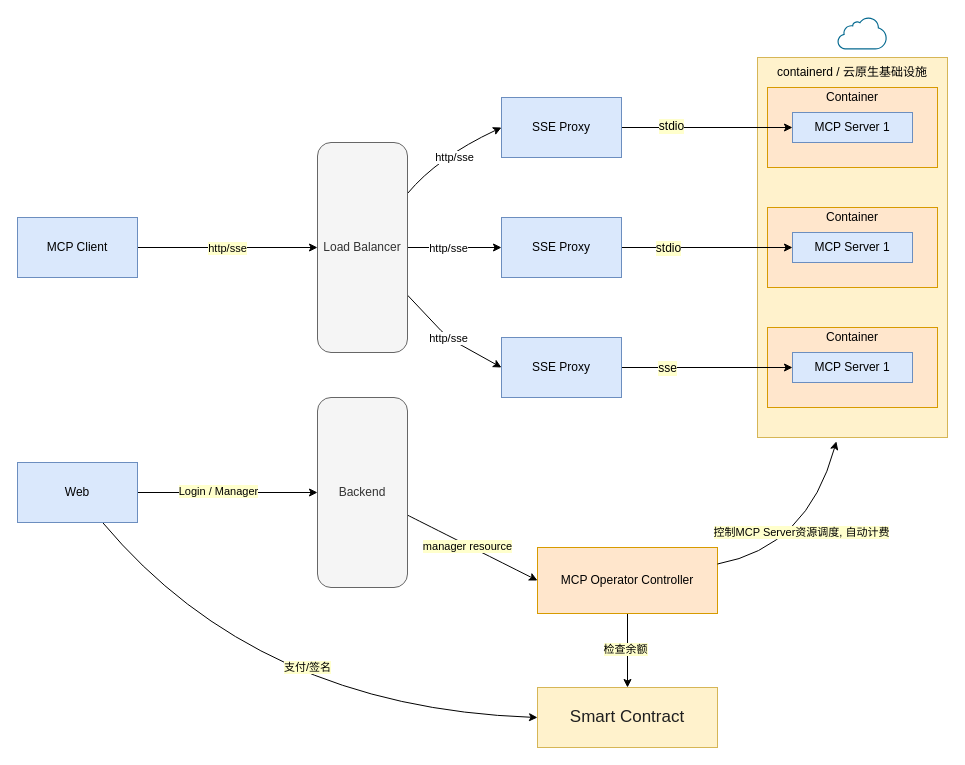
Above: docs/arch.drawio in YoubetDao/MCPForge-Backend (draw.io), before the change. Source tidied: cells renumbered, new cells numbered last; positions are measured from the earlier drawing's top-left corner, leaving out a move shared by most shapes. Both pictures are drawn from the tidied source at 100%, with x=0, y=0 at pixel (17, 17).
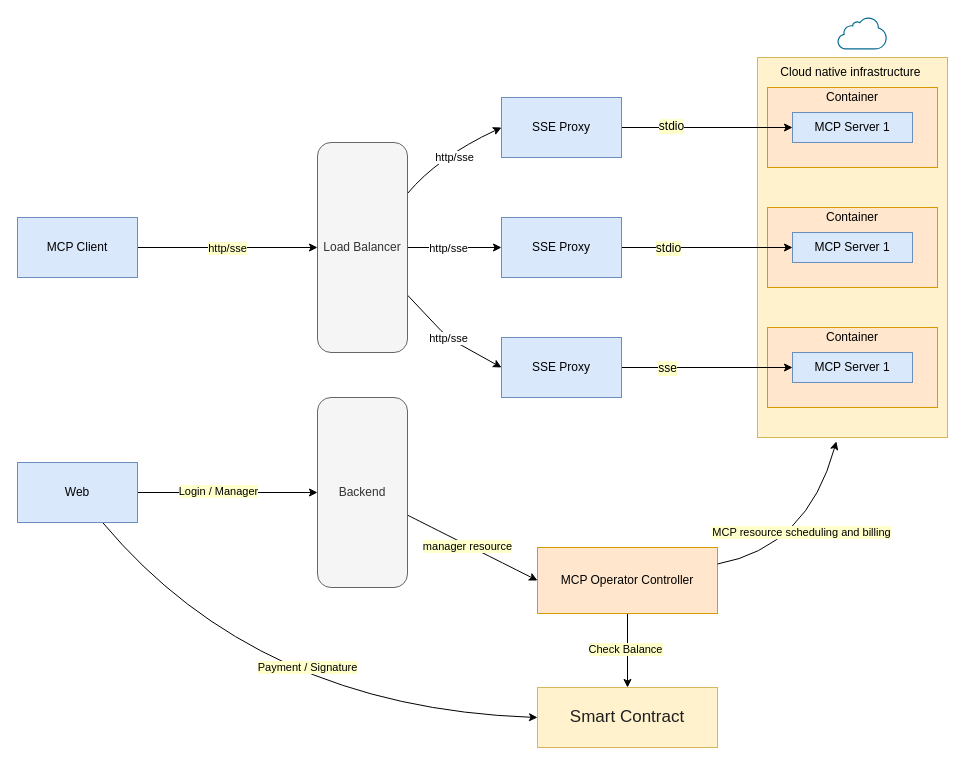
After the change.

Commit message (it also covers changes not shown here):
fix: update architecture diagram files

- Adjusted the layout and properties in the architecture diagram (drawio) for improved clarity.
- Updated the SVG file to reflect the latest changes in the diagram structure.

Unchanged cells that the change refers to:
```xml
<mxCell id="32" style="edgeStyle=none;html=1;" parent="1" edge="1" source="34" target="41">
  <mxGeometry relative="1" as="geometry" />
</mxCell>
<mxCell id="35" style="edgeStyle=none;html=1;entryX=0.415;entryY=1.01;entryDx=0;entryDy=0;entryPerimeter=0;rounded=0;curved=1;" parent="1" edge="1" source="34" target="2">
  <mxGeometry relative="1" as="geometry">
    <Array as="points">
      <mxPoint x="790" y="530" />
    </Array>
  </mxGeometry>
</mxCell>
<mxCell id="44" style="edgeStyle=none;html=1;entryX=0;entryY=0.5;entryDx=0;entryDy=0;rounded=0;curved=1;" parent="1" edge="1" source="46" target="41">
  <mxGeometry relative="1" as="geometry">
    <Array as="points">
      <mxPoint x="240" y="690" />
    </Array>
  </mxGeometry>
</mxCell>
```

Diff of the diagram source:
```diff
@@
-    <mxCell id="3" value="containerd / 云原生基础设施" style="text;html=1;align=center;verticalAlign=middle;whiteSpace=wrap;rounded=0;" parent="1" vertex="1">
+    <mxCell id="3" value="Cloud native infrastructure&amp;nbsp;" style="text;html=1;align=center;verticalAlign=middle;whiteSpace=wrap;rounded=0;" parent="1" vertex="1">
       <mxGeometry x="740" y="40" width="190" height="30" as="geometry" />
     </mxCell>
@@
-    <mxCell id="33" value="检查余额" style="edgeLabel;html=1;align=center;verticalAlign=middle;labelBackgroundColor=#FFFFCC;" parent="32" vertex="1">
+    <mxCell id="33" value="Check Balance" style="edgeLabel;html=1;align=center;verticalAlign=middle;labelBackgroundColor=#FFFFCC;" parent="32" vertex="1">
       <mxGeometry x="-0.05" y="-3" relative="1" as="geometry" />
     </mxCell>
@@
-    <mxCell id="36" value="控制MCP Server资源调度, 自动计费" style="edgeLabel;html=1;align=center;verticalAlign=middle;labelBackgroundColor=#FFFFCC;" parent="35" vertex="1">
+    <mxCell id="36" value="MCP resource scheduling and billing" style="edgeLabel;html=1;align=center;verticalAlign=middle;labelBackgroundColor=#FFFFCC;" parent="35" vertex="1">
       <mxGeometry x="-0.13" y="16" relative="1" as="geometry" />
     </mxCell>
@@
-    <mxCell id="45" value="支付/签名" style="edgeLabel;html=1;align=center;verticalAlign=middle;labelBackgroundColor=#FFFFCC;" parent="44" vertex="1">
+    <mxCell id="45" value="Payment / Signature" style="edgeLabel;html=1;align=center;verticalAlign=middle;labelBackgroundColor=#FFFFCC;" parent="44" vertex="1">
       <mxGeometry x="0.11" y="42" relative="1" as="geometry" />
     </mxCell>
```
